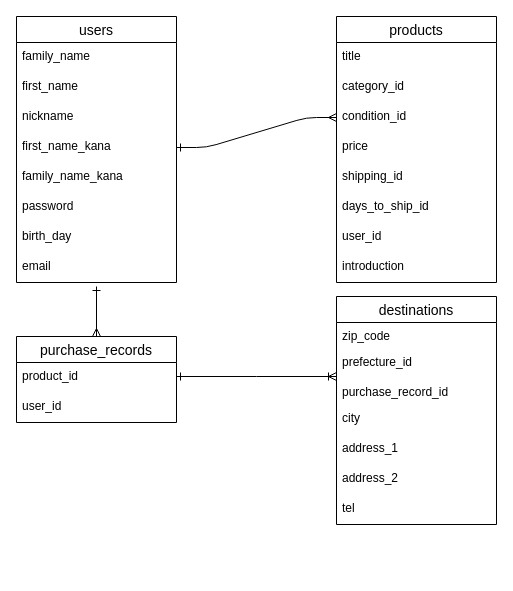
Earlier version of the draw.io diagram page "ページ1" (1 of 2) of test.dio (jukayamashita/furima-38494). Source tidied: cells renumbered, new cells numbered last; positions are measured from the earlier drawing's top-left corner, leaving out a move shared by most shapes. Both pictures are drawn from the tidied source at 100%, with x=0, y=0 at pixel (16, 16).
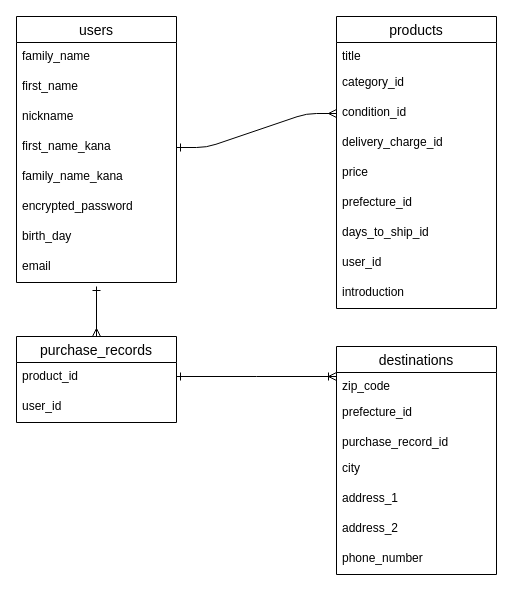
The same page after the edit.

The change refers to these unchanged cells:
```xml
<mxCell id="2" value="users" style="swimlane;fontStyle=0;horizontal=1;startSize=26;align=center;fontSize=14;" parent="1" vertex="1">
  <mxGeometry width="160" height="266" as="geometry" />
</mxCell>
```

The edit, as a diff of the source:
```diff
@@
-    <mxCell id="8" value="password" style="text;strokeColor=none;fillColor=none;spacingLeft=4;spacingRight=4;overflow=hidden;fontSize=12;" parent="2" vertex="1">
+    <mxCell id="8" value="encrypted_password" style="text;strokeColor=none;fillColor=none;spacingLeft=4;spacingRight=4;overflow=hidden;fontSize=12;" parent="2" vertex="1">
       <mxGeometry y="176" width="160" height="30" as="geometry" />
     </mxCell>
@@
     <mxCell id="11" value="products" style="swimlane;fontStyle=0;horizontal=1;startSize=26;align=center;fontSize=14;" parent="1" vertex="1">
-      <mxGeometry x="320" width="160" height="266" as="geometry" />
+      <mxGeometry x="320" width="160" height="292" as="geometry" />
     </mxCell>
     <mxCell id="12" value="title" style="text;strokeColor=none;fillColor=none;spacingLeft=4;spacingRight=4;overflow=hidden;fontSize=12;" parent="11" vertex="1">
-      <mxGeometry y="26" width="160" height="30" as="geometry" />
+      <mxGeometry y="26" width="160" height="26" as="geometry" />
     </mxCell>
     <mxCell id="13" value="category_id" style="text;strokeColor=none;fillColor=none;spacingLeft=4;spacingRight=4;overflow=hidden;fontSize=12;" parent="11" vertex="1">
-      <mxGeometry y="56" width="160" height="30" as="geometry" />
+      <mxGeometry y="52" width="160" height="30" as="geometry" />
     </mxCell>
     <mxCell id="14" value="condition_id" style="text;strokeColor=none;fillColor=none;spacingLeft=4;spacingRight=4;overflow=hidden;points=[[0,0.5],[1,0.5]];portConstraint=eastwest;fontSize=12;" parent="11" vertex="1">
-      <mxGeometry y="86" width="160" height="30" as="geometry" />
+      <mxGeometry y="82" width="160" height="30" as="geometry" />
     </mxCell>
+    <mxCell id="34" value="delivery_charge_id" style="text;strokeColor=none;fillColor=none;spacingLeft=4;spacingRight=4;overflow=hidden;fontSize=12;" parent="11" vertex="1">
+      <mxGeometry y="112" width="160" height="30" as="geometry" />
+    </mxCell>
     <mxCell id="15" value="price" style="text;strokeColor=none;fillColor=none;spacingLeft=4;spacingRight=4;overflow=hidden;fontSize=12;" parent="11" vertex="1">
-      <mxGeometry y="116" width="160" height="30" as="geometry" />
+      <mxGeometry y="142" width="160" height="30" as="geometry" />
     </mxCell>
-    <mxCell id="16" value="shipping_id" style="text;strokeColor=none;fillColor=none;spacingLeft=4;spacingRight=4;overflow=hidden;fontSize=12;" parent="11" vertex="1">
-      <mxGeometry y="146" width="160" height="30" as="geometry" />
+    <mxCell id="16" value="prefecture_id" style="text;strokeColor=none;fillColor=none;spacingLeft=4;spacingRight=4;overflow=hidden;fontSize=12;" parent="11" vertex="1">
+      <mxGeometry y="172" width="160" height="30" as="geometry" />
     </mxCell>
     <mxCell id="17" value="days_to_ship_id" style="text;strokeColor=none;fillColor=none;spacingLeft=4;spacingRight=4;overflow=hidden;fontSize=12;" parent="11" vertex="1">
-      <mxGeometry y="176" width="160" height="30" as="geometry" />
+      <mxGeometry y="202" width="160" height="30" as="geometry" />
     </mxCell>
     <mxCell id="18" value="user_id" style="text;strokeColor=none;fillColor=none;spacingLeft=4;spacingRight=4;overflow=hidden;fontSize=12;" parent="11" vertex="1">
-      <mxGeometry y="206" width="160" height="30" as="geometry" />
+      <mxGeometry y="232" width="160" height="30" as="geometry" />
     </mxCell>
     <mxCell id="19" value="introduction" style="text;strokeColor=none;fillColor=none;spacingLeft=4;spacingRight=4;overflow=hidden;fontSize=12;" parent="11" vertex="1">
-      <mxGeometry y="236" width="160" height="30" as="geometry" />
+      <mxGeometry y="262" width="160" height="30" as="geometry" />
     </mxCell>
     <mxCell id="20" value="destinations" style="swimlane;fontStyle=0;horizontal=1;startSize=26;align=center;fontSize=14;" parent="1" vertex="1">
-      <mxGeometry x="320" y="280" width="160" height="228" as="geometry" />
+      <mxGeometry x="320" y="330" width="160" height="228" as="geometry" />
     </mxCell>
@@
-    <mxCell id="27" value="tel" style="text;strokeColor=none;fillColor=none;spacingLeft=4;spacingRight=4;overflow=hidden;fontSize=12;" parent="20" vertex="1">
+    <mxCell id="27" value="phone_number" style="text;strokeColor=none;fillColor=none;spacingLeft=4;spacingRight=4;overflow=hidden;fontSize=12;" parent="20" vertex="1">
       <mxGeometry y="198" width="160" height="30" as="geometry" />
     </mxCell>
```
